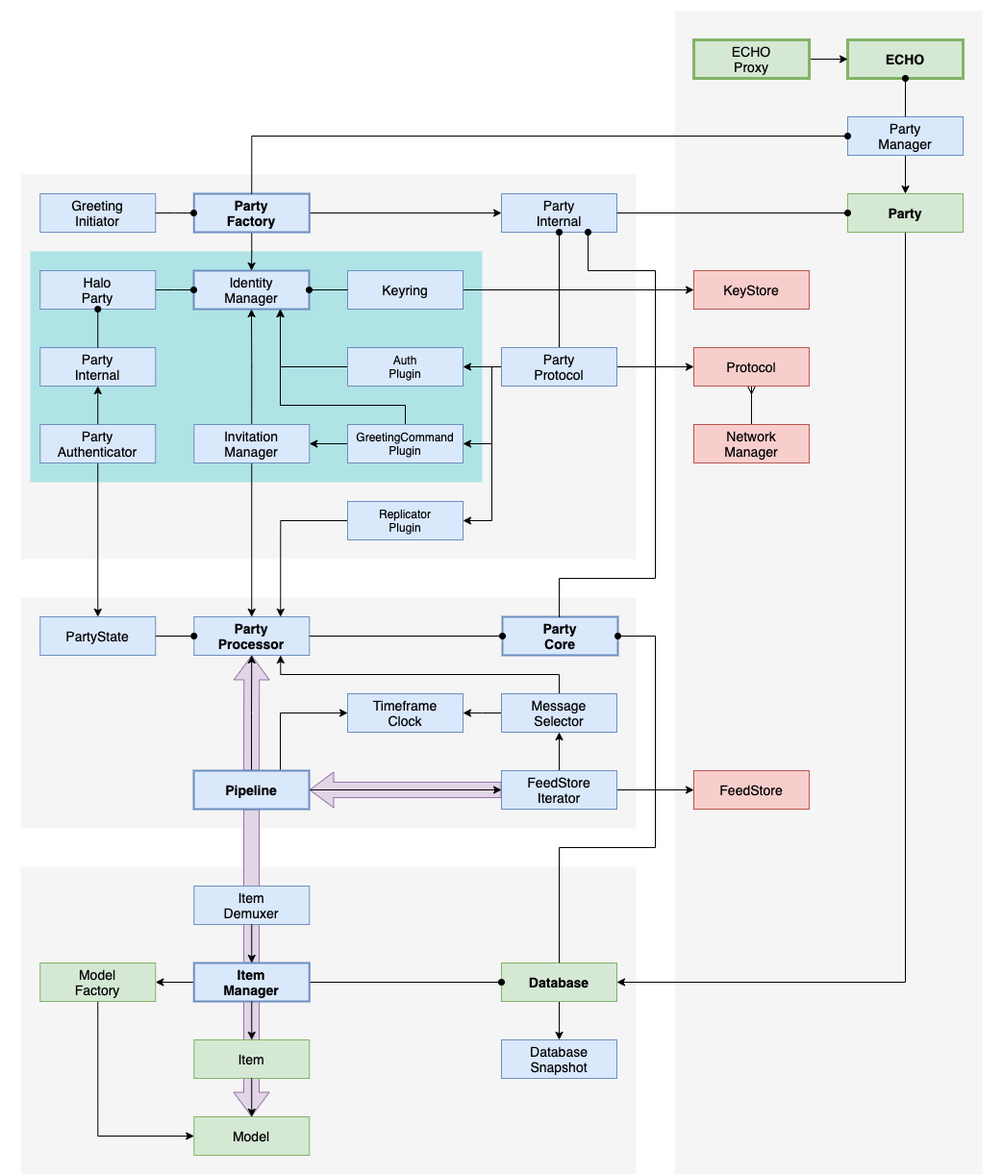
The draw.io diagram docs/diagrams/echo-architecture.png in dxos/dxos, before a commit. Source tidied: cells renumbered, new cells last; positions are measured from the earlier drawing's top-left corner, leaving out a move shared by most shapes.
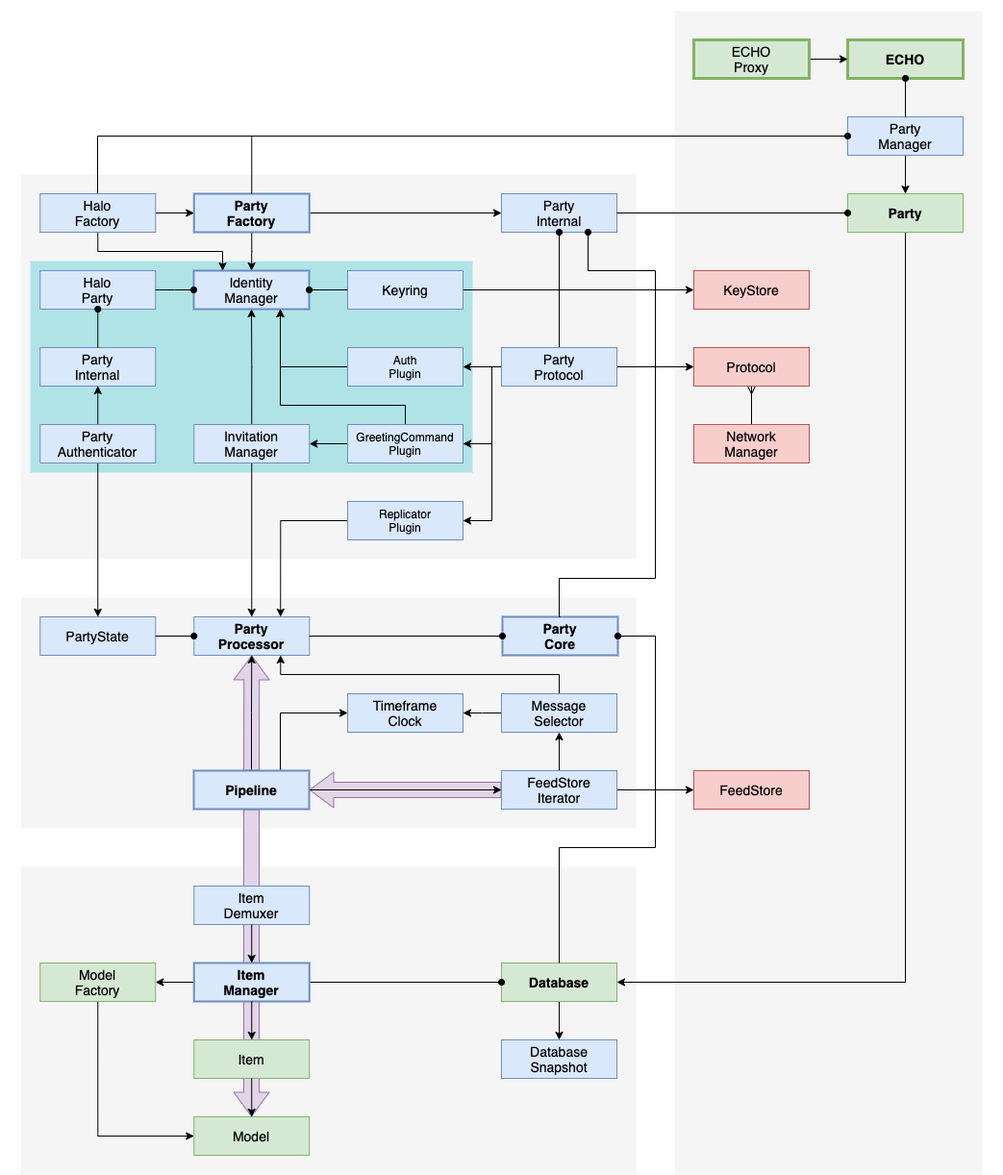
After the commit.

Change to the diagram source:
```diff
@@ -15,11 +15,16 @@
       <mxGeometry x="20" y="900" width="640" height="320" as="geometry" />
     </mxCell>
     <mxCell id="6" style="rounded=0;whiteSpace=wrap;html=1;fontSize=14;fontFamily=Helvetica;fontStyle=0;fillColor=#b0e3e6;strokeColor=none;" parent="1" vertex="1">
-      <mxGeometry x="30" y="260" width="470" height="240" as="geometry" />
+      <mxGeometry x="30" y="270" width="460" height="220" as="geometry" />
     </mxCell>
     <mxCell id="7" style="edgeStyle=orthogonalEdgeStyle;rounded=0;jettySize=auto;html=1;exitX=0.5;exitY=1;exitDx=0;exitDy=0;fontSize=12;startArrow=none;startFill=0;endArrow=classic;endFill=1;" parent="1" edge="1" source="8" target="34">
       <mxGeometry relative="1" as="geometry" />
     </mxCell>
+    <mxCell id="92" style="edgeStyle=orthogonalEdgeStyle;rounded=0;jettySize=auto;html=1;exitX=0;exitY=0.5;exitDx=0;exitDy=0;endArrow=none;endFill=0;" parent="1" edge="1" source="8">
+      <mxGeometry relative="1" as="geometry">
+        <mxPoint x="100" y="200" as="targetPoint" />
+      </mxGeometry>
+    </mxCell>
     <mxCell id="8" value="Party&lt;br&gt;Manager" style="rounded=0;whiteSpace=wrap;html=1;fontSize=14;fontFamily=Helvetica;fillColor=#dae8fc;strokeColor=#6c8ebf;fontStyle=0;strokeWidth=1;" parent="1" vertex="1">
       <mxGeometry x="880" y="120" width="120" height="40" as="geometry" />
     </mxCell>
@@ -87,9 +92,6 @@
     <mxCell id="26" value="Network&lt;br&gt;Manager" style="rounded=0;whiteSpace=wrap;html=1;fontSize=14;fontFamily=Helvetica;fillColor=#f8cecc;strokeColor=#b85450;fontStyle=0;strokeWidth=1;" parent="1" vertex="1">
       <mxGeometry x="720" y="440" width="120" height="40" as="geometry" />
     </mxCell>
-    <mxCell id="27" value="Greeting&lt;br&gt;Initiator" style="rounded=0;whiteSpace=wrap;html=1;fontSize=14;fontFamily=Helvetica;fillColor=#dae8fc;strokeColor=#6c8ebf;fontStyle=0;strokeWidth=1;" parent="1" vertex="1">
-      <mxGeometry x="40.2" y="200" width="120" height="40" as="geometry" />
-    </mxCell>
     <mxCell id="28" style="edgeStyle=orthogonalEdgeStyle;rounded=0;jettySize=auto;html=1;exitX=0.5;exitY=1;exitDx=0;exitDy=0;entryX=0.5;entryY=0;entryDx=0;entryDy=0;" parent="1" edge="1" source="30" target="12">
       <mxGeometry relative="1" as="geometry" />
     </mxCell>
@@ -161,15 +163,6 @@
     <mxCell id="46" style="edgeStyle=orthogonalEdgeStyle;rounded=0;jettySize=auto;html=1;endArrow=none;endFill=0;startArrow=oval;startFill=1;exitX=0.5;exitY=1;exitDx=0;exitDy=0;" parent="1" edge="1" source="33" target="8">
       <mxGeometry relative="1" as="geometry" />
     </mxCell>
-    <mxCell id="47" style="edgeStyle=orthogonalEdgeStyle;rounded=0;jettySize=auto;html=1;strokeWidth=1;endFill=0;endArrow=none;startFill=1;startArrow=oval;entryX=1;entryY=0.5;entryDx=0;entryDy=0;" parent="1" edge="1" target="27">
-      <mxGeometry relative="1" as="geometry">
-        <mxPoint x="200" y="220" as="sourcePoint" />
-        <Array as="points">
-          <mxPoint x="180" y="220" />
-          <mxPoint x="180" y="220" />
-        </Array>
-      </mxGeometry>
-    </mxCell>
     <mxCell id="48" style="edgeStyle=orthogonalEdgeStyle;rounded=0;jettySize=auto;html=1;exitX=1;exitY=0.5;exitDx=0;exitDy=0;strokeWidth=1;endFill=0;endArrow=none;startFill=1;startArrow=oval;" parent="1" edge="1" source="15" target="43">
       <mxGeometry relative="1" as="geometry" />
     </mxCell>
@@ -324,5 +317,14 @@
     <mxCell id="91" style="edgeStyle=orthogonalEdgeStyle;rounded=0;jettySize=auto;html=1;exitX=0.5;exitY=1;exitDx=0;exitDy=0;entryX=0.5;entryY=0;entryDx=0;entryDy=0;endArrow=none;endFill=0;startArrow=oval;startFill=1;" parent="1" edge="1" source="40" target="90">
       <mxGeometry relative="1" as="geometry" />
     </mxCell>
+    <mxCell id="93" style="edgeStyle=orthogonalEdgeStyle;rounded=0;jettySize=auto;html=1;exitX=1;exitY=0.5;exitDx=0;exitDy=0;" parent="1" edge="1" source="95" target="22">
+      <mxGeometry relative="1" as="geometry" />
+    </mxCell>
+    <mxCell id="94" style="edgeStyle=orthogonalEdgeStyle;rounded=0;jettySize=auto;html=1;exitX=0.5;exitY=1;exitDx=0;exitDy=0;entryX=0.25;entryY=0;entryDx=0;entryDy=0;endArrow=classic;endFill=1;" parent="1" edge="1" source="95" target="15">
+      <mxGeometry relative="1" as="geometry" />
+    </mxCell>
+    <mxCell id="95" value="Halo&lt;br&gt;Factory" style="rounded=0;whiteSpace=wrap;html=1;fontSize=14;fontFamily=Helvetica;fillColor=#dae8fc;strokeColor=#6c8ebf;fontStyle=0;strokeWidth=1;" parent="1" vertex="1">
+      <mxGeometry x="40.2" y="200" width="120" height="40" as="geometry" />
+    </mxCell>
   </root>
 </mxGraphModel>
```
